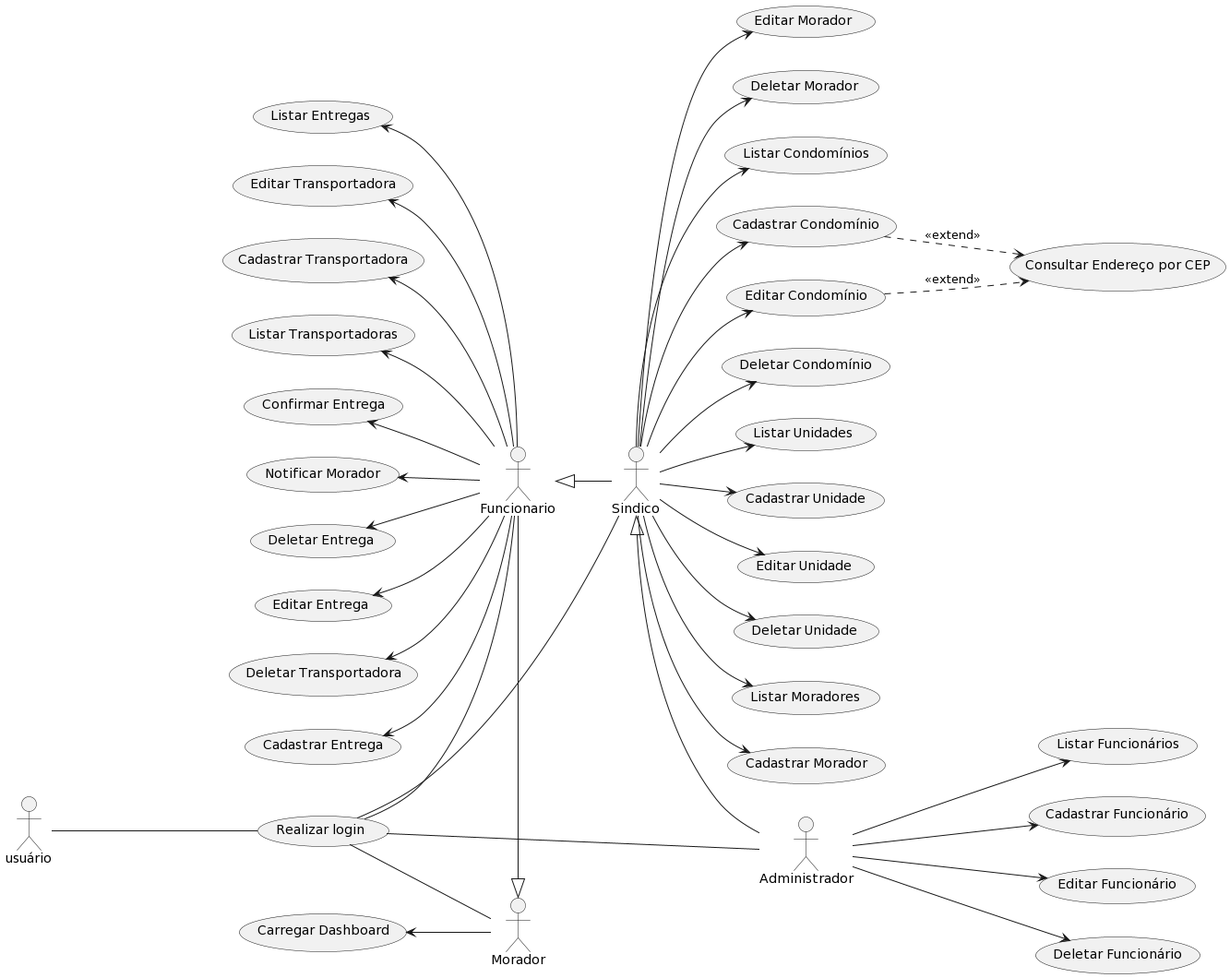
Earlier version of the PlantUML export Docs/Diagramas/Diagrama de caso de uso - PlantUML.png (ddcsilva/EntregaSegura).
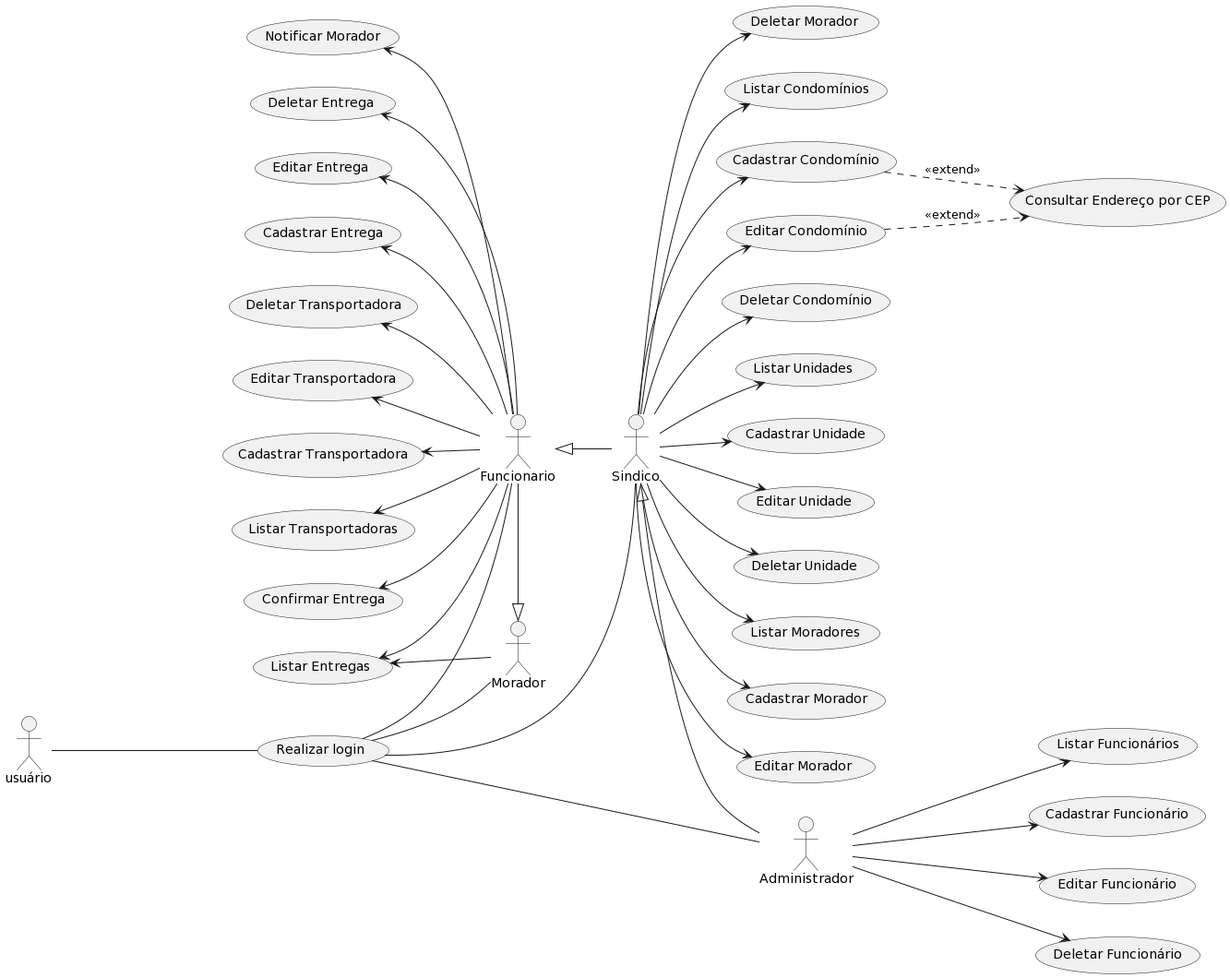
The same diagram one commit later.

Commit message:
docs: update Diagrama de caso de uso - PlantUML

Change to the diagram source:
```diff
@@ -50,8 +50,6 @@
 usecase "Editar Transportadora" as editar_transportadora
 usecase "Deletar Transportadora" as deletar_transportadora
 
-usecase “Carregar Dashboard” as carregar_dashboard
-
 administrador --> listar_funcionarios
 administrador --> cadastrar_funcionario
 administrador --> editar_funcionario
@@ -87,5 +85,5 @@
 funcionario -up-> editar_transportadora
 funcionario -up-> deletar_transportadora
 
-morador -up-> carregar_dashboard
+morador -up-> listar_entregas
 @enduml
```
